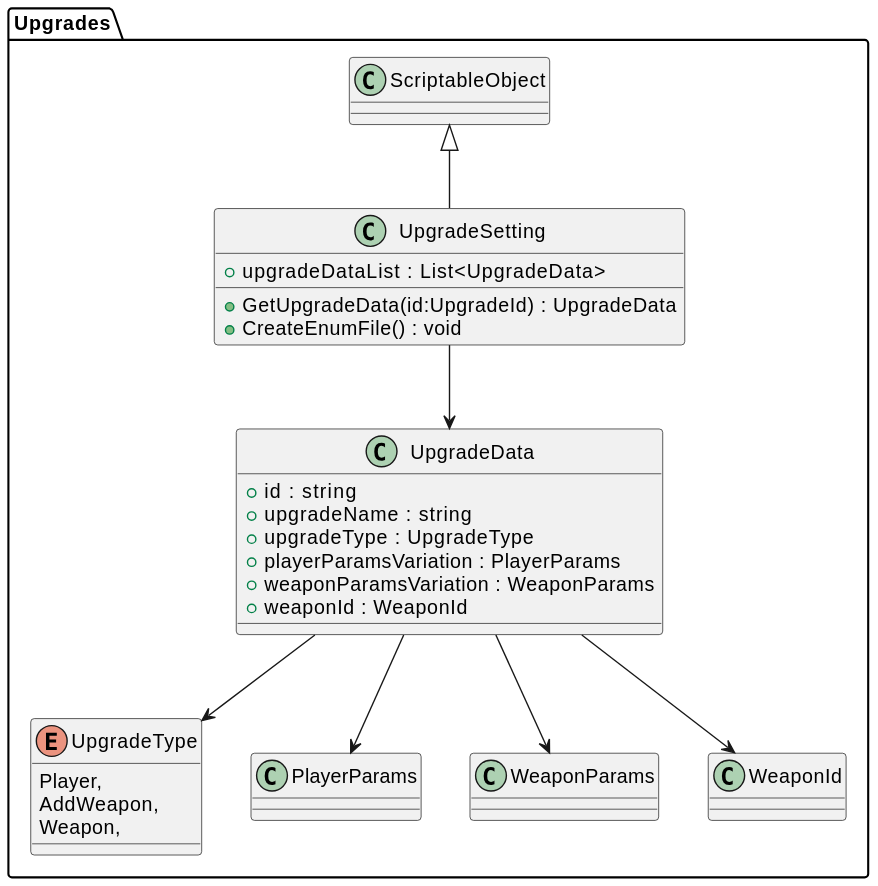
Before: plantuml/out/Upgrade/UpgradeSetting.svg, a diagram exported from PlantUML (asterisk-cn/RougueShooter). Source of this version:
```plantuml
@startuml
namespace Upgrades{
enum UpgradeType {
    Player,
    AddWeapon,
    Weapon,
}
class UpgradeData {
    + id : string
    + upgradeName : string
    + upgradeType : UpgradeType
    + playerParamsVariation : PlayerParams
    + weaponParamsVariation : WeaponParams
    + weaponId : WeaponId
}
class UpgradeSetting {
    + upgradeDataList : List<UpgradeData>
    + GetUpgradeData(id:UpgradeId) : UpgradeData
    + CreateEnumFile() : void
}
UpgradeData --> UpgradeType
UpgradeData --> PlayerParams
UpgradeData --> WeaponParams
UpgradeData --> WeaponId
ScriptableObject <|-- UpgradeSetting
UpgradeSetting --> UpgradeData
}
@enduml
```
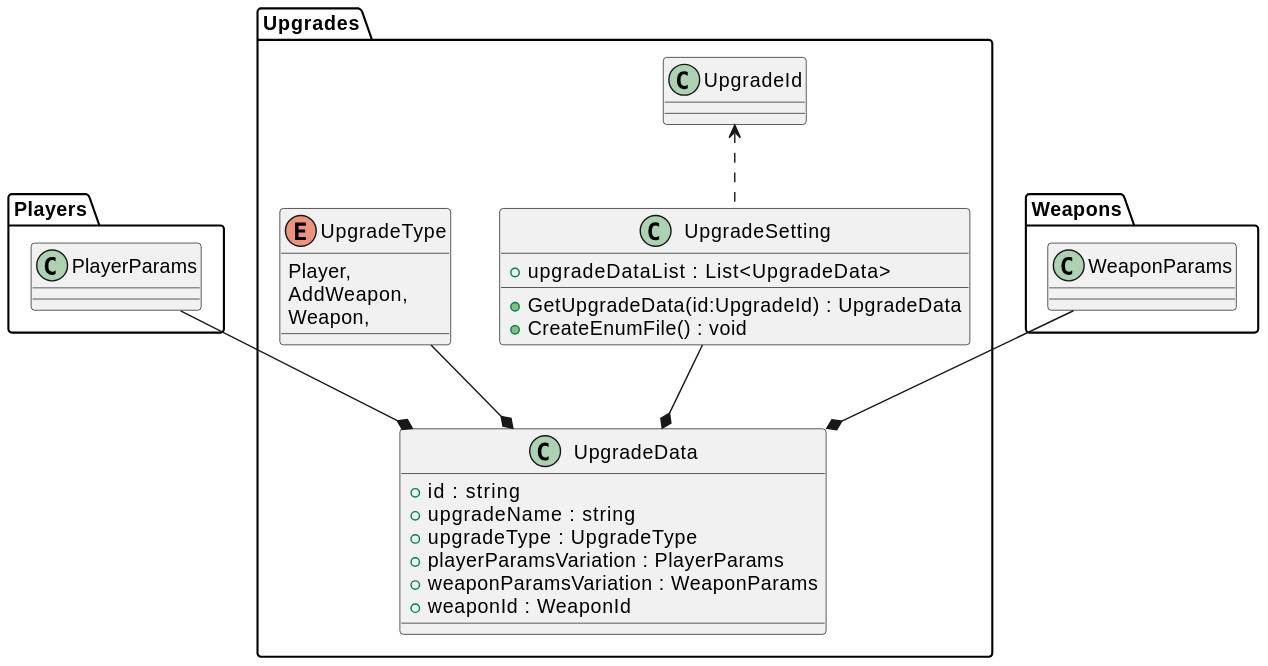
After the commit.

The edit, as a diff of the source:
```diff
@@ -18,11 +18,10 @@
     + GetUpgradeData(id:UpgradeId) : UpgradeData
     + CreateEnumFile() : void
 }
-UpgradeData --> UpgradeType
-UpgradeData --> PlayerParams
-UpgradeData --> WeaponParams
-UpgradeData --> WeaponId
-ScriptableObject <|-- UpgradeSetting
-UpgradeSetting --> UpgradeData
 }
+Upgrades.UpgradeType --* UpgradeData
+Players.PlayerParams --* UpgradeData
+Weapons.WeaponParams --* UpgradeData
+UpgradeSetting --* UpgradeData
+Upgrades.UpgradeId <.. UpgradeSetting
 @enduml
```
